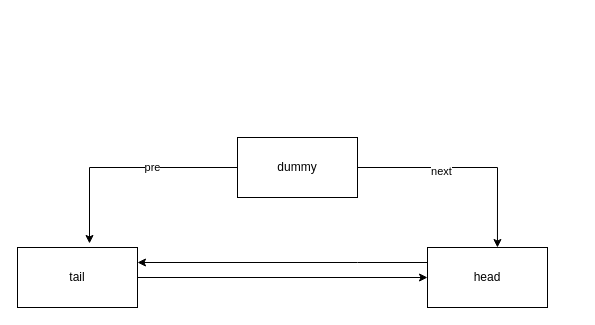
This is RLUCache.drawio from JamalyYao/diagrams.net-graph, a draw.io file, before an edit. Source tidied: cells renumbered, new cells numbered last; positions are measured from the earlier drawing's top-left corner, leaving out a move shared by most shapes. Both pictures are drawn from the tidied source at 100%, with x=0, y=0 at pixel (17, 137).
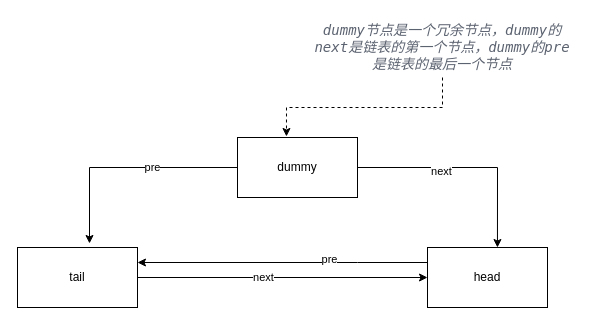
After the change.

Diff of the diagram source:
```diff
@@
 <mxGraphModel>
   <root>
     <mxCell id="0" />
     <mxCell id="1" parent="0" />
     <mxCell id="2" style="edgeStyle=orthogonalEdgeStyle;rounded=0;jettySize=auto;html=1;entryX=0.583;entryY=0;entryDx=0;entryDy=0;entryPerimeter=0;" parent="1" edge="1" source="6" target="8">
       <mxGeometry relative="1" as="geometry" />
     </mxCell>
     <mxCell id="3" value="next" style="edgeLabel;html=1;align=center;verticalAlign=middle;" parent="2" vertex="1">
       <mxGeometry x="-0.25" y="-3" relative="1" as="geometry" />
     </mxCell>
     <mxCell id="4" style="edgeStyle=orthogonalEdgeStyle;rounded=0;jettySize=auto;html=1;entryX=0.6;entryY=-0.067;entryDx=0;entryDy=0;entryPerimeter=0;" parent="1" edge="1" source="6" target="10">
       <mxGeometry relative="1" as="geometry" />
     </mxCell>
     <mxCell id="5" value="pre" style="edgeLabel;html=1;align=center;verticalAlign=middle;" parent="4" vertex="1">
       <mxGeometry x="-0.23" y="-1" relative="1" as="geometry" />
     </mxCell>
     <mxCell id="6" value="dummy" style="rounded=0;whiteSpace=wrap;html=1;" parent="1" vertex="1">
       <mxGeometry x="220" width="120" height="60" as="geometry" />
     </mxCell>
     <mxCell id="7" style="edgeStyle=orthogonalEdgeStyle;rounded=0;jettySize=auto;html=1;entryX=1;entryY=0.25;entryDx=0;entryDy=0;" parent="1" edge="1" source="8" target="10">
       <mxGeometry relative="1" as="geometry">
         <Array as="points">
           <mxPoint x="340" y="125" />
           <mxPoint x="340" y="125" />
         </Array>
       </mxGeometry>
     </mxCell>
+    <mxCell id="11" value="pre" style="edgeLabel;html=1;align=center;verticalAlign=middle;" parent="7" vertex="1">
+      <mxGeometry x="-0.32" y="-4" relative="1" as="geometry" />
+    </mxCell>
     <mxCell id="8" value="head" style="rounded=0;whiteSpace=wrap;html=1;" parent="1" vertex="1">
       <mxGeometry x="410" y="110" width="120" height="60" as="geometry" />
     </mxCell>
     <mxCell id="9" style="edgeStyle=orthogonalEdgeStyle;rounded=0;jettySize=auto;html=1;entryX=0;entryY=0.5;entryDx=0;entryDy=0;" parent="1" edge="1" source="10" target="8">
       <mxGeometry relative="1" as="geometry" />
     </mxCell>
+    <mxCell id="12" value="next" style="edgeLabel;html=1;align=center;verticalAlign=middle;" parent="9" vertex="1">
+      <mxGeometry x="-0.14" y="1" relative="1" as="geometry" />
+    </mxCell>
     <mxCell id="10" value="tail" style="rounded=0;whiteSpace=wrap;html=1;" parent="1" vertex="1">
       <mxGeometry y="110" width="120" height="60" as="geometry" />
     </mxCell>
+    <mxCell id="13" style="edgeStyle=orthogonalEdgeStyle;rounded=0;jettySize=auto;html=1;entryX=0.408;entryY=-0.017;entryDx=0;entryDy=0;entryPerimeter=0;dashed=1;" parent="1" edge="1" source="14" target="6">
+      <mxGeometry relative="1" as="geometry" />
+    </mxCell>
+    <mxCell id="14" value="&lt;span style=&quot;color: rgb(92 , 99 , 112) ; font-family: &amp;#34;source code pro&amp;#34; , &amp;#34;dejavu sans mono&amp;#34; , &amp;#34;ubuntu mono&amp;#34; , &amp;#34;anonymous pro&amp;#34; , &amp;#34;droid sans mono&amp;#34; , &amp;#34;menlo&amp;#34; , &amp;#34;monaco&amp;#34; , &amp;#34;consolas&amp;#34; , &amp;#34;inconsolata&amp;#34; , &amp;#34;courier&amp;#34; , &amp;#34;pingfang sc&amp;#34; , &amp;#34;microsoft yahei&amp;#34; , sans-serif ; font-size: 14px ; font-style: italic ; background-color: rgb(255 , 255 , 255)&quot;&gt;dummy节点是一个冗余节点，dummy的next是链表的第一个节点，dummy的pre是链表的最后一个节点&lt;/span&gt;" style="text;html=1;strokeColor=none;fillColor=none;align=center;verticalAlign=middle;whiteSpace=wrap;rounded=0;" parent="1" vertex="1">
+      <mxGeometry x="290" y="-120" width="270" height="60" as="geometry" />
+    </mxCell>
   </root>
 </mxGraphModel>
```
